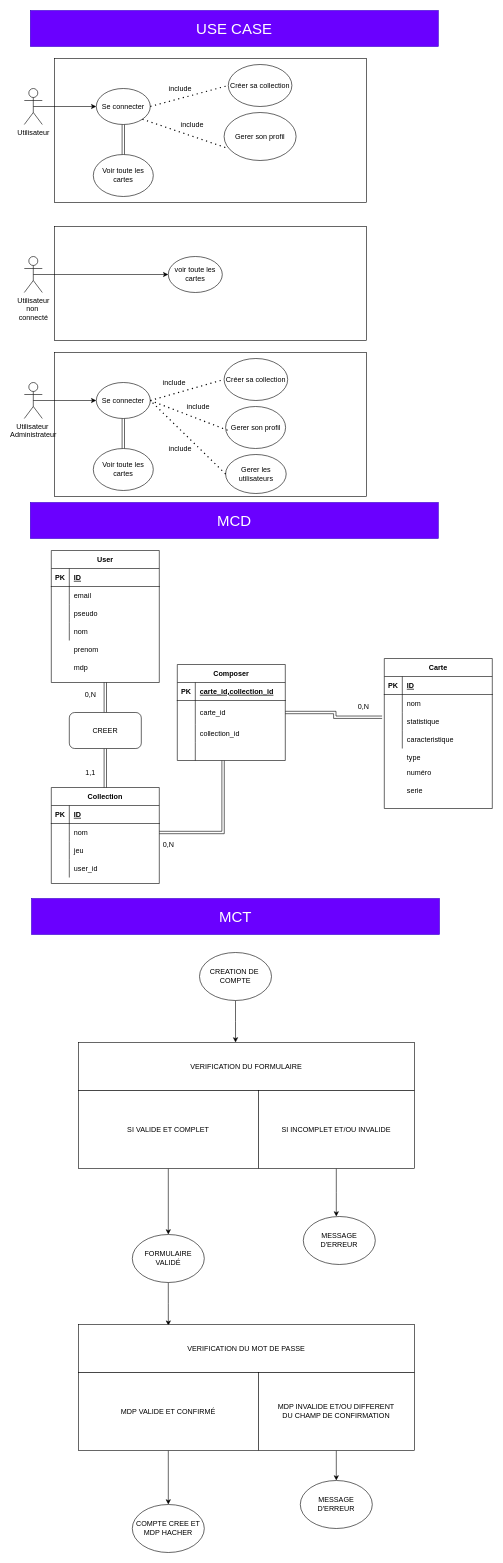
Above: concemption.drawio in GodofBaguette/CardStorm (draw.io), before the change. Source tidied: cells renumbered, new cells numbered last; positions are measured from the earlier drawing's top-left corner, leaving out a move shared by most shapes. Both pictures are drawn from the tidied source at 60%, with x=0, y=0 at pixel (24, 10).
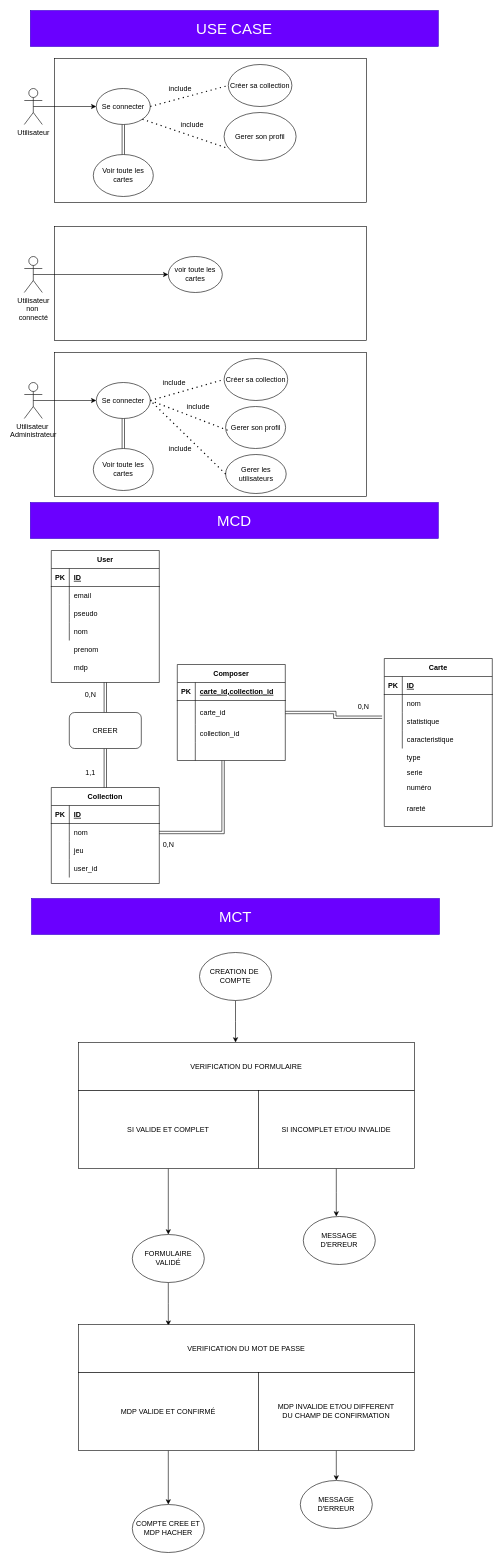
After the change.

The edit, as a diff of the source:
```diff
@@
     <mxCell id="24" value="Carte" style="shape=table;startSize=30;childLayout=tableLayout;rowLines=0;fontStyle=1;align=center;" parent="1" vertex="1">
-      <mxGeometry x="600" y="1080" width="180" height="250" as="geometry" />
+      <mxGeometry x="600" y="1080" width="180" height="280" as="geometry" />
     </mxCell>
@@
     <mxCell id="53" value="numéro" style="shape=partialRectangle;fillColor=none;top=0;left=0;bottom=0;right=0;align=left;spacingLeft=6;overflow=hidden;" parent="1" vertex="1">
-      <mxGeometry x="630" y="1255" width="150" height="30" as="geometry" />
+      <mxGeometry x="630" y="1280" width="150" height="30" as="geometry" />
     </mxCell>
@@
     <mxCell id="93" value="serie" style="shape=partialRectangle;fillColor=none;top=0;left=0;bottom=0;right=0;align=left;spacingLeft=6;overflow=hidden;" parent="1" vertex="1">
-      <mxGeometry x="630" y="1285" width="150" height="30" as="geometry" />
+      <mxGeometry x="630" y="1255" width="150" height="30" as="geometry" />
     </mxCell>
@@
+    <mxCell id="119" value="rareté" style="shape=partialRectangle;fillColor=none;top=0;left=0;bottom=0;right=0;align=left;spacingLeft=6;overflow=hidden;" parent="1" vertex="1">
+      <mxGeometry x="630" y="1315" width="150" height="30" as="geometry" />
+    </mxCell>
```
